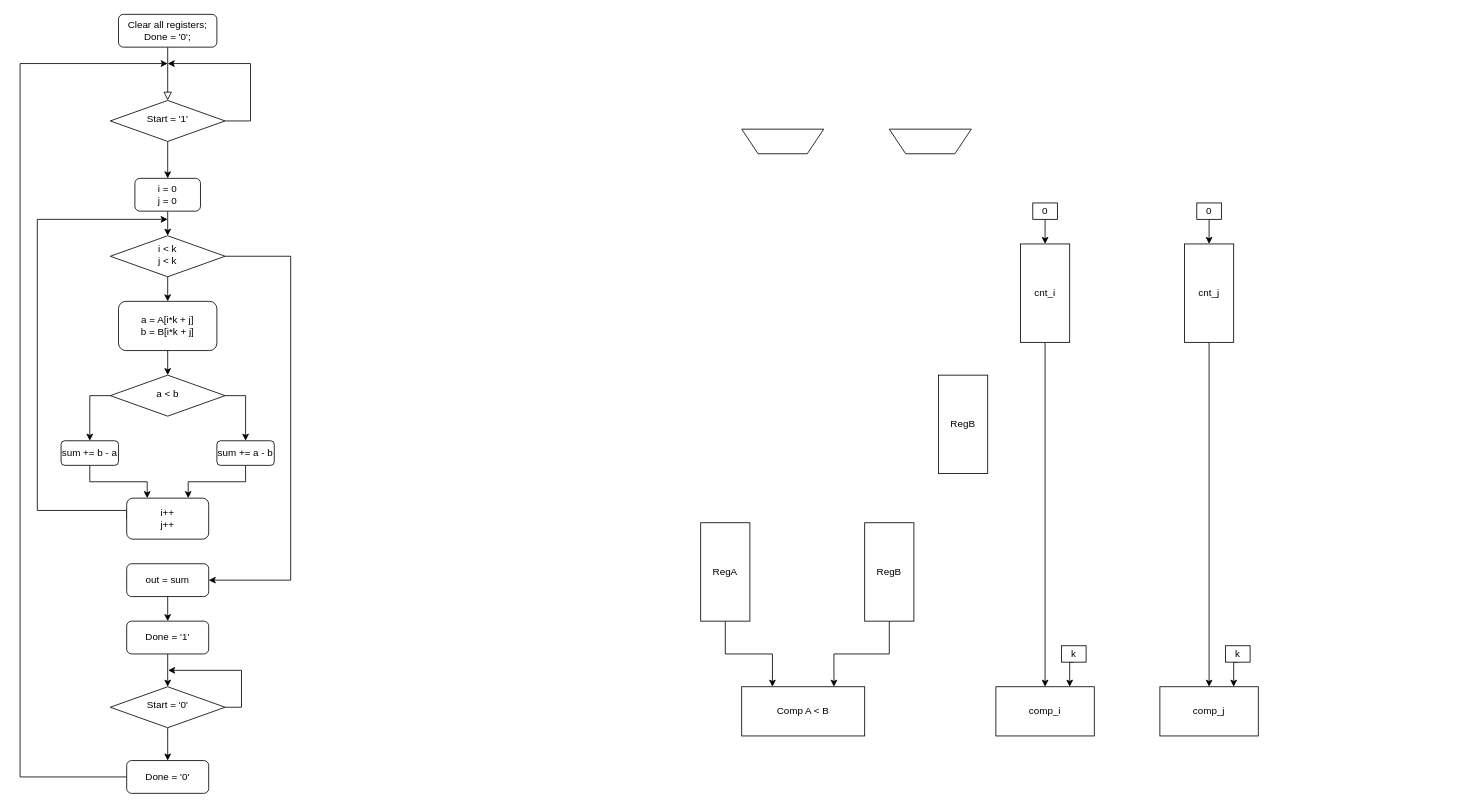
Above: Untitled Diagram.drawio in Nsphong1178/FinalProject1 (draw.io), before the change. Source tidied: cells renumbered, new cells numbered last; positions are measured from the earlier drawing's top-left corner, leaving out a move shared by most shapes. Both pictures are drawn from the tidied source at 82%, with x=0, y=0 at pixel (20, 14).
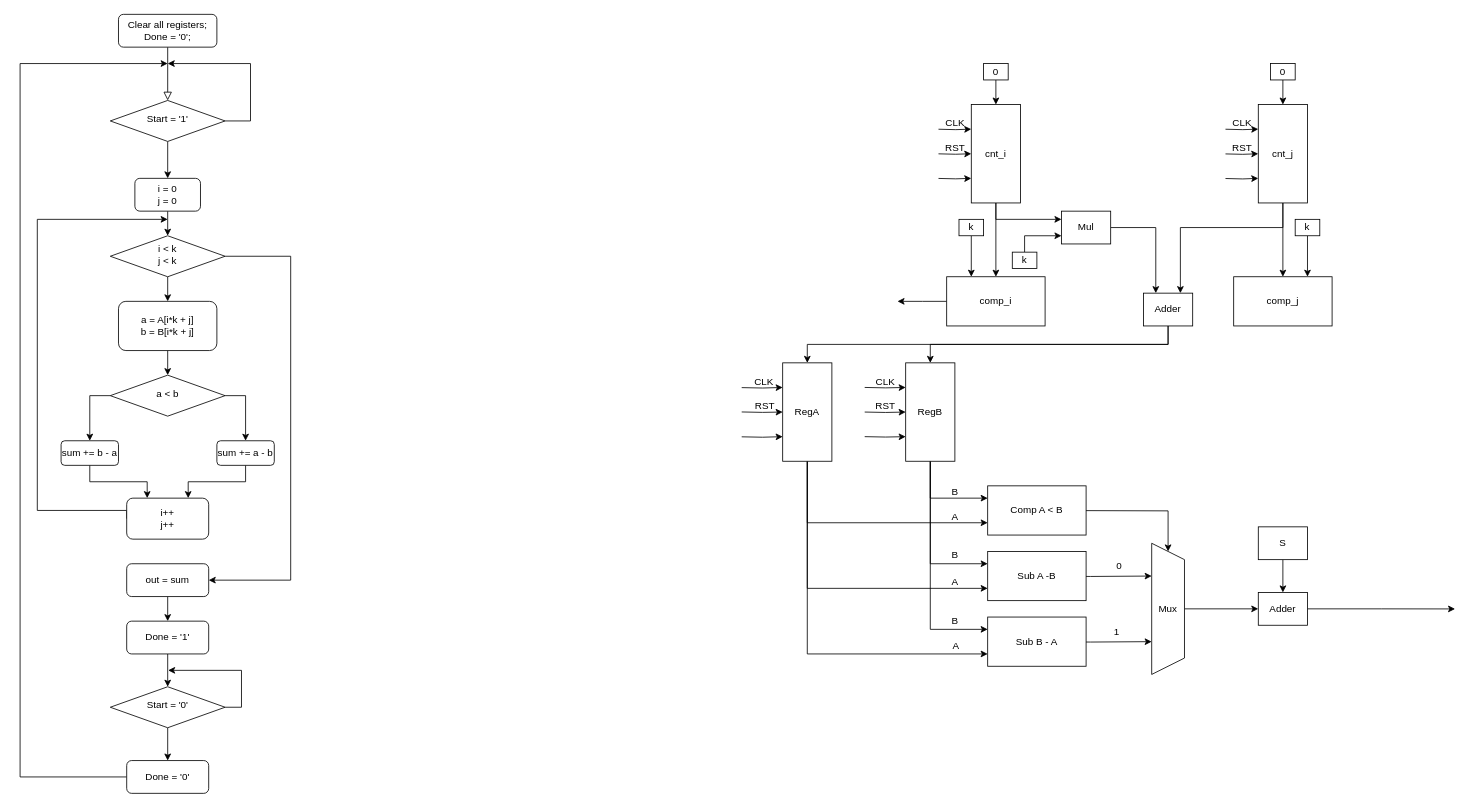
After the change.

The edit, as a diff of the source:
```diff
@@
-    <mxCell id="32" style="shape=trapezoid;perimeter=trapezoidPerimeter;whiteSpace=wrap;html=1;fixedSize=1;direction=west;" parent="1" vertex="1">
-      <mxGeometry x="880" y="140" width="100" height="30" as="geometry" />
-    </mxCell>
@@
+    <mxCell id="54" style="edgeStyle=orthogonalEdgeStyle;rounded=0;jettySize=auto;html=1;exitX=1;exitY=0.5;exitDx=0;exitDy=0;entryX=0.75;entryY=0;entryDx=0;entryDy=0;" parent="1" edge="1" source="34" target="80">
+      <mxGeometry relative="1" as="geometry">
+        <Array as="points">
+          <mxPoint x="1540" y="260" />
+          <mxPoint x="1415" y="260" />
+        </Array>
+      </mxGeometry>
+    </mxCell>
+    <mxCell id="55" style="edgeStyle=orthogonalEdgeStyle;rounded=0;jettySize=auto;html=1;exitX=0.25;exitY=1;exitDx=0;exitDy=0;entryX=0.25;entryY=1;entryDx=0;entryDy=0;" parent="1" edge="1" target="34">
+      <mxGeometry relative="1" as="geometry">
+        <mxPoint x="1470" y="140.1" as="sourcePoint" />
+      </mxGeometry>
+    </mxCell>
+    <mxCell id="56" style="edgeStyle=orthogonalEdgeStyle;rounded=0;jettySize=auto;html=1;exitX=0.5;exitY=1;exitDx=0;exitDy=0;entryX=0.5;entryY=1;entryDx=0;entryDy=0;" parent="1" edge="1" target="34">
+      <mxGeometry relative="1" as="geometry">
+        <mxPoint x="1470" y="170.2" as="sourcePoint" />
+      </mxGeometry>
+    </mxCell>
+    <mxCell id="57" style="edgeStyle=orthogonalEdgeStyle;rounded=0;jettySize=auto;html=1;exitX=0.75;exitY=1;exitDx=0;exitDy=0;entryX=0.75;entryY=1;entryDx=0;entryDy=0;" parent="1" edge="1" target="34">
+      <mxGeometry relative="1" as="geometry">
+        <mxPoint x="1470" y="200.2" as="sourcePoint" />
+      </mxGeometry>
+    </mxCell>
     <mxCell id="34" value="cnt_j" style="rounded=0;whiteSpace=wrap;html=1;direction=south;" parent="1" vertex="1">
-      <mxGeometry x="1420" y="280" width="60" height="120" as="geometry" />
+      <mxGeometry x="1510" y="110" width="60" height="120" as="geometry" />
     </mxCell>
     <mxCell id="35" value="comp_j" style="rounded=0;whiteSpace=wrap;html=1;" parent="1" vertex="1">
-      <mxGeometry x="1390" y="820" width="120" height="60" as="geometry" />
+      <mxGeometry x="1480" y="320" width="120" height="60" as="geometry" />
     </mxCell>
@@
+    <mxCell id="58" style="edgeStyle=orthogonalEdgeStyle;rounded=0;jettySize=auto;html=1;exitX=1;exitY=0.5;exitDx=0;exitDy=0;entryX=0;entryY=0.25;entryDx=0;entryDy=0;" parent="1" edge="1" source="37" target="75">
+      <mxGeometry relative="1" as="geometry" />
+    </mxCell>
+    <mxCell id="59" style="edgeStyle=orthogonalEdgeStyle;rounded=0;jettySize=auto;html=1;exitX=0.25;exitY=1;exitDx=0;exitDy=0;entryX=0.25;entryY=1;entryDx=0;entryDy=0;" parent="1" edge="1" target="37">
+      <mxGeometry relative="1" as="geometry">
+        <mxPoint x="1120" y="140.1" as="sourcePoint" />
+      </mxGeometry>
+    </mxCell>
+    <mxCell id="60" style="edgeStyle=orthogonalEdgeStyle;rounded=0;jettySize=auto;html=1;exitX=0.5;exitY=1;exitDx=0;exitDy=0;entryX=0.5;entryY=1;entryDx=0;entryDy=0;" parent="1" edge="1" target="37">
+      <mxGeometry relative="1" as="geometry">
+        <mxPoint x="1120" y="170.1" as="sourcePoint" />
+      </mxGeometry>
+    </mxCell>
+    <mxCell id="61" style="edgeStyle=orthogonalEdgeStyle;rounded=0;jettySize=auto;html=1;exitX=0.75;exitY=1;exitDx=0;exitDy=0;entryX=0.75;entryY=1;entryDx=0;entryDy=0;" parent="1" edge="1" target="37">
+      <mxGeometry relative="1" as="geometry">
+        <mxPoint x="1120" y="200.1" as="sourcePoint" />
+      </mxGeometry>
+    </mxCell>
     <mxCell id="37" value="cnt_i" style="rounded=0;whiteSpace=wrap;html=1;direction=south;" parent="1" vertex="1">
-      <mxGeometry x="1220" y="280" width="60" height="120" as="geometry" />
+      <mxGeometry x="1160" y="110" width="60" height="120" as="geometry" />
     </mxCell>
+    <mxCell id="62" style="edgeStyle=orthogonalEdgeStyle;rounded=0;jettySize=auto;html=1;exitX=0;exitY=0.5;exitDx=0;exitDy=0;" parent="1" edge="1" source="38">
+      <mxGeometry relative="1" as="geometry">
+        <mxPoint x="1070" y="350" as="targetPoint" />
+      </mxGeometry>
+    </mxCell>
     <mxCell id="38" value="comp_i" style="rounded=0;whiteSpace=wrap;html=1;" parent="1" vertex="1">
-      <mxGeometry x="1190" y="820" width="120" height="60" as="geometry" />
+      <mxGeometry x="1130" y="320" width="120" height="60" as="geometry" />
     </mxCell>
-    <mxCell id="39" style="edgeStyle=orthogonalEdgeStyle;rounded=0;jettySize=auto;html=1;exitX=0.5;exitY=1;exitDx=0;exitDy=0;entryX=0.75;entryY=0;entryDx=0;entryDy=0;" parent="1" edge="1" source="40" target="38">
+    <mxCell id="39" style="edgeStyle=orthogonalEdgeStyle;rounded=0;jettySize=auto;html=1;exitX=0.5;exitY=1;exitDx=0;exitDy=0;entryX=0.25;entryY=0;entryDx=0;entryDy=0;" parent="1" edge="1" source="40" target="38">
       <mxGeometry relative="1" as="geometry" />
     </mxCell>
     <mxCell id="40" value="k" style="rounded=0;whiteSpace=wrap;html=1;" parent="1" vertex="1">
-      <mxGeometry x="1270" y="770" width="30" height="20" as="geometry" />
+      <mxGeometry x="1145" y="250" width="30" height="20" as="geometry" />
     </mxCell>
@@
     <mxCell id="42" value="k" style="rounded=0;whiteSpace=wrap;html=1;" parent="1" vertex="1">
-      <mxGeometry x="1470" y="770" width="30" height="20" as="geometry" />
+      <mxGeometry x="1555" y="250" width="30" height="20" as="geometry" />
     </mxCell>
+    <mxCell id="63" style="edgeStyle=orthogonalEdgeStyle;rounded=0;jettySize=auto;html=1;entryX=0.25;entryY=1;entryDx=0;entryDy=0;" parent="1" edge="1" target="44">
+      <mxGeometry relative="1" as="geometry">
+        <mxPoint x="1030" y="455" as="sourcePoint" />
+      </mxGeometry>
+    </mxCell>
+    <mxCell id="64" style="edgeStyle=orthogonalEdgeStyle;rounded=0;jettySize=auto;html=1;entryX=0.5;entryY=1;entryDx=0;entryDy=0;" parent="1" edge="1" target="44">
+      <mxGeometry relative="1" as="geometry">
+        <mxPoint x="1030" y="485" as="sourcePoint" />
+      </mxGeometry>
+    </mxCell>
+    <mxCell id="65" style="edgeStyle=orthogonalEdgeStyle;rounded=0;jettySize=auto;html=1;entryX=0.75;entryY=1;entryDx=0;entryDy=0;" parent="1" edge="1" target="44">
+      <mxGeometry relative="1" as="geometry">
+        <mxPoint x="1030" y="515" as="sourcePoint" />
+      </mxGeometry>
+    </mxCell>
-    <mxCell id="43" style="edgeStyle=orthogonalEdgeStyle;rounded=0;jettySize=auto;html=1;exitX=1;exitY=0.5;exitDx=0;exitDy=0;entryX=0.75;entryY=0;entryDx=0;entryDy=0;" parent="1" edge="1" source="44" target="47">
+    <mxCell id="43" style="edgeStyle=orthogonalEdgeStyle;rounded=0;jettySize=auto;html=1;exitX=1;exitY=0.5;exitDx=0;exitDy=0;entryX=0;entryY=0.25;entryDx=0;entryDy=0;" parent="1" edge="1" source="44" target="47">
       <mxGeometry relative="1" as="geometry" />
     </mxCell>
+    <mxCell id="66" style="edgeStyle=orthogonalEdgeStyle;rounded=0;jettySize=auto;html=1;exitX=1;exitY=0.5;exitDx=0;exitDy=0;entryX=0;entryY=0.25;entryDx=0;entryDy=0;" parent="1" edge="1" source="44" target="82">
+      <mxGeometry relative="1" as="geometry" />
+    </mxCell>
+    <mxCell id="67" style="edgeStyle=orthogonalEdgeStyle;rounded=0;jettySize=auto;html=1;exitX=1;exitY=0.5;exitDx=0;exitDy=0;entryX=0;entryY=0.25;entryDx=0;entryDy=0;" parent="1" edge="1" source="44" target="84">
+      <mxGeometry relative="1" as="geometry" />
+    </mxCell>
     <mxCell id="44" value="RegB" style="rounded=0;whiteSpace=wrap;html=1;direction=south;" parent="1" vertex="1">
-      <mxGeometry x="1030" y="620" width="60" height="120" as="geometry" />
+      <mxGeometry x="1080" y="425" width="60" height="120" as="geometry" />
     </mxCell>
+    <mxCell id="68" style="edgeStyle=orthogonalEdgeStyle;rounded=0;jettySize=auto;html=1;exitX=0.75;exitY=1;exitDx=0;exitDy=0;entryX=0.75;entryY=1;entryDx=0;entryDy=0;" parent="1" edge="1" target="46">
+      <mxGeometry relative="1" as="geometry">
+        <mxPoint x="880" y="515.2" as="sourcePoint" />
+      </mxGeometry>
+    </mxCell>
+    <mxCell id="69" style="edgeStyle=orthogonalEdgeStyle;rounded=0;jettySize=auto;html=1;exitX=0.5;exitY=1;exitDx=0;exitDy=0;entryX=0.5;entryY=1;entryDx=0;entryDy=0;" parent="1" edge="1" target="46">
+      <mxGeometry relative="1" as="geometry">
+        <mxPoint x="880" y="484.9" as="sourcePoint" />
+      </mxGeometry>
+    </mxCell>
+    <mxCell id="70" style="edgeStyle=orthogonalEdgeStyle;rounded=0;jettySize=auto;html=1;exitX=0.25;exitY=1;exitDx=0;exitDy=0;entryX=0.25;entryY=1;entryDx=0;entryDy=0;" parent="1" edge="1" target="46">
+      <mxGeometry relative="1" as="geometry">
+        <mxPoint x="880" y="455.2" as="sourcePoint" />
+      </mxGeometry>
+    </mxCell>
-    <mxCell id="45" style="edgeStyle=orthogonalEdgeStyle;rounded=0;jettySize=auto;html=1;exitX=1;exitY=0.5;exitDx=0;exitDy=0;entryX=0.25;entryY=0;entryDx=0;entryDy=0;" parent="1" edge="1" source="46" target="47">
+    <mxCell id="45" style="edgeStyle=orthogonalEdgeStyle;rounded=0;jettySize=auto;html=1;exitX=1;exitY=0.5;exitDx=0;exitDy=0;entryX=0;entryY=0.75;entryDx=0;entryDy=0;" parent="1" edge="1" source="46" target="47">
       <mxGeometry relative="1" as="geometry" />
     </mxCell>
+    <mxCell id="71" style="edgeStyle=orthogonalEdgeStyle;rounded=0;jettySize=auto;html=1;exitX=1;exitY=0.5;exitDx=0;exitDy=0;entryX=0;entryY=0.75;entryDx=0;entryDy=0;" parent="1" edge="1" source="46" target="82">
+      <mxGeometry relative="1" as="geometry" />
+    </mxCell>
+    <mxCell id="72" style="edgeStyle=orthogonalEdgeStyle;rounded=0;jettySize=auto;html=1;exitX=1;exitY=0.5;exitDx=0;exitDy=0;entryX=0;entryY=0.75;entryDx=0;entryDy=0;" parent="1" edge="1" source="46" target="84">
+      <mxGeometry relative="1" as="geometry" />
+    </mxCell>
     <mxCell id="46" value="RegA" style="rounded=0;whiteSpace=wrap;html=1;direction=south;" parent="1" vertex="1">
-      <mxGeometry x="830" y="620" width="60" height="120" as="geometry" />
+      <mxGeometry x="930" y="425" width="60" height="120" as="geometry" />
     </mxCell>
+    <mxCell id="73" style="edgeStyle=orthogonalEdgeStyle;rounded=0;jettySize=auto;html=1;exitX=1;exitY=0.5;exitDx=0;exitDy=0;entryX=0;entryY=0.5;entryDx=0;entryDy=0;" parent="1" edge="1" target="86">
+      <mxGeometry relative="1" as="geometry">
+        <mxPoint x="1230" y="605" as="sourcePoint" />
+      </mxGeometry>
+    </mxCell>
     <mxCell id="47" value="Comp A &amp;lt; B" style="rounded=0;whiteSpace=wrap;html=1;" parent="1" vertex="1">
-      <mxGeometry x="880" y="820" width="150" height="60" as="geometry" />
+      <mxGeometry x="1180" y="575" width="120" height="60" as="geometry" />
     </mxCell>
-    <mxCell id="48" style="shape=trapezoid;perimeter=trapezoidPerimeter;whiteSpace=wrap;html=1;fixedSize=1;direction=west;" parent="1" vertex="1">
-      <mxGeometry x="1060" y="140" width="100" height="30" as="geometry" />
-    </mxCell>
@@
     <mxCell id="50" value="0" style="rounded=0;whiteSpace=wrap;html=1;" parent="1" vertex="1">
-      <mxGeometry x="1235" y="230" width="30" height="20" as="geometry" />
+      <mxGeometry x="1175" y="60" width="30" height="20" as="geometry" />
     </mxCell>
@@
     <mxCell id="52" value="0" style="rounded=0;whiteSpace=wrap;html=1;" parent="1" vertex="1">
-      <mxGeometry x="1435" y="230" width="30" height="20" as="geometry" />
+      <mxGeometry x="1525" y="60" width="30" height="20" as="geometry" />
     </mxCell>
-    <mxCell id="53" value="RegB" style="rounded=0;whiteSpace=wrap;html=1;direction=south;" parent="1" vertex="1">
-      <mxGeometry x="1120" y="440" width="60" height="120" as="geometry" />
-    </mxCell>
+    <mxCell id="74" style="edgeStyle=orthogonalEdgeStyle;rounded=0;jettySize=auto;html=1;exitX=1;exitY=0.5;exitDx=0;exitDy=0;entryX=0.25;entryY=0;entryDx=0;entryDy=0;" parent="1" edge="1" source="75" target="80">
+      <mxGeometry relative="1" as="geometry" />
+    </mxCell>
+    <mxCell id="75" value="Mul" style="rounded=0;whiteSpace=wrap;html=1;" parent="1" vertex="1">
+      <mxGeometry x="1270" y="240" width="60" height="40" as="geometry" />
+    </mxCell>
+    <mxCell id="76" style="edgeStyle=orthogonalEdgeStyle;rounded=0;jettySize=auto;html=1;exitX=0.5;exitY=0;exitDx=0;exitDy=0;entryX=0;entryY=0.75;entryDx=0;entryDy=0;" parent="1" edge="1" source="77" target="75">
+      <mxGeometry relative="1" as="geometry" />
+    </mxCell>
+    <mxCell id="77" value="k" style="rounded=0;whiteSpace=wrap;html=1;" parent="1" vertex="1">
+      <mxGeometry x="1210" y="290" width="30" height="20" as="geometry" />
+    </mxCell>
+    <mxCell id="78" style="edgeStyle=orthogonalEdgeStyle;rounded=0;jettySize=auto;html=1;exitX=0.5;exitY=1;exitDx=0;exitDy=0;entryX=0;entryY=0.5;entryDx=0;entryDy=0;" parent="1" edge="1" source="80" target="44">
+      <mxGeometry relative="1" as="geometry" />
+    </mxCell>
+    <mxCell id="79" style="edgeStyle=orthogonalEdgeStyle;rounded=0;jettySize=auto;html=1;exitX=0.5;exitY=1;exitDx=0;exitDy=0;" parent="1" edge="1" source="80" target="46">
+      <mxGeometry relative="1" as="geometry" />
+    </mxCell>
+    <mxCell id="80" value="Adder" style="rounded=0;whiteSpace=wrap;html=1;" parent="1" vertex="1">
+      <mxGeometry x="1370" y="340" width="60" height="40" as="geometry" />
+    </mxCell>
+    <mxCell id="81" style="edgeStyle=orthogonalEdgeStyle;rounded=0;jettySize=auto;html=1;exitX=1;exitY=0.5;exitDx=0;exitDy=0;entryX=0.25;entryY=1;entryDx=0;entryDy=0;" parent="1" edge="1" target="86">
+      <mxGeometry relative="1" as="geometry">
+        <mxPoint x="1230" y="685" as="sourcePoint" />
+      </mxGeometry>
+    </mxCell>
+    <mxCell id="82" value="Sub A -B" style="rounded=0;whiteSpace=wrap;html=1;" parent="1" vertex="1">
+      <mxGeometry x="1180" y="655" width="120" height="60" as="geometry" />
+    </mxCell>
+    <mxCell id="83" style="edgeStyle=orthogonalEdgeStyle;rounded=0;jettySize=auto;html=1;exitX=1;exitY=0.5;exitDx=0;exitDy=0;entryX=0.75;entryY=1;entryDx=0;entryDy=0;" parent="1" edge="1" target="86">
+      <mxGeometry relative="1" as="geometry">
+        <mxPoint x="1230" y="765" as="sourcePoint" />
+      </mxGeometry>
+    </mxCell>
+    <mxCell id="84" value="Sub B - A" style="rounded=0;whiteSpace=wrap;html=1;" parent="1" vertex="1">
+      <mxGeometry x="1180" y="735" width="120" height="60" as="geometry" />
+    </mxCell>
+    <mxCell id="85" style="edgeStyle=orthogonalEdgeStyle;rounded=0;jettySize=auto;html=1;exitX=0.5;exitY=0;exitDx=0;exitDy=0;entryX=0;entryY=0.5;entryDx=0;entryDy=0;" parent="1" edge="1" source="86" target="88">
+      <mxGeometry relative="1" as="geometry" />
+    </mxCell>
+    <mxCell id="86" value="Mux" style="shape=trapezoid;perimeter=trapezoidPerimeter;whiteSpace=wrap;html=1;fixedSize=1;direction=south;" parent="1" vertex="1">
+      <mxGeometry x="1380" y="645" width="40" height="160" as="geometry" />
+    </mxCell>
+    <mxCell id="87" style="edgeStyle=orthogonalEdgeStyle;rounded=0;jettySize=auto;html=1;exitX=1;exitY=0.5;exitDx=0;exitDy=0;" parent="1" edge="1" source="88">
+      <mxGeometry relative="1" as="geometry">
+        <mxPoint x="1750" y="725.1" as="targetPoint" />
+      </mxGeometry>
+    </mxCell>
+    <mxCell id="88" value="Adder" style="rounded=0;whiteSpace=wrap;html=1;" parent="1" vertex="1">
+      <mxGeometry x="1510" y="705" width="60" height="40" as="geometry" />
+    </mxCell>
+    <mxCell id="89" style="edgeStyle=orthogonalEdgeStyle;rounded=0;jettySize=auto;html=1;exitX=0.5;exitY=1;exitDx=0;exitDy=0;entryX=0.5;entryY=0;entryDx=0;entryDy=0;" parent="1" edge="1" source="90" target="88">
+      <mxGeometry relative="1" as="geometry" />
+    </mxCell>
+    <mxCell id="90" value="S" style="rounded=0;whiteSpace=wrap;html=1;" parent="1" vertex="1">
+      <mxGeometry x="1510" y="625" width="60" height="40" as="geometry" />
+    </mxCell>
+    <mxCell id="91" value="CLK" style="text;html=1;align=center;verticalAlign=middle;strokeColor=none;fillColor=none;" parent="1" vertex="1">
+      <mxGeometry x="1115" y="118" width="50" height="30" as="geometry" />
+    </mxCell>
+    <mxCell id="92" value="RST" style="text;html=1;align=center;verticalAlign=middle;strokeColor=none;fillColor=none;" parent="1" vertex="1">
+      <mxGeometry x="1115" y="148" width="50" height="30" as="geometry" />
+    </mxCell>
+    <mxCell id="93" value="CLK" style="text;html=1;align=center;verticalAlign=middle;strokeColor=none;fillColor=none;" parent="1" vertex="1">
+      <mxGeometry x="1465" y="118" width="50" height="30" as="geometry" />
+    </mxCell>
+    <mxCell id="94" value="RST" style="text;html=1;align=center;verticalAlign=middle;strokeColor=none;fillColor=none;" parent="1" vertex="1">
+      <mxGeometry x="1465" y="148" width="50" height="30" as="geometry" />
+    </mxCell>
+    <mxCell id="95" value="CLK" style="text;html=1;align=center;verticalAlign=middle;strokeColor=none;fillColor=none;" parent="1" vertex="1">
+      <mxGeometry x="882" y="433" width="50" height="30" as="geometry" />
+    </mxCell>
+    <mxCell id="96" value="RST" style="text;html=1;align=center;verticalAlign=middle;strokeColor=none;fillColor=none;" parent="1" vertex="1">
+      <mxGeometry x="883" y="463" width="50" height="30" as="geometry" />
+    </mxCell>
+    <mxCell id="97" value="CLK" style="text;html=1;align=center;verticalAlign=middle;strokeColor=none;fillColor=none;" parent="1" vertex="1">
+      <mxGeometry x="1030" y="433" width="50" height="30" as="geometry" />
+    </mxCell>
+    <mxCell id="98" value="RST" style="text;html=1;align=center;verticalAlign=middle;strokeColor=none;fillColor=none;" parent="1" vertex="1">
+      <mxGeometry x="1030" y="463" width="50" height="30" as="geometry" />
+    </mxCell>
+    <mxCell id="99" value="0" style="text;html=1;align=center;verticalAlign=middle;strokeColor=none;fillColor=none;" parent="1" vertex="1">
+      <mxGeometry x="1325" y="658" width="30" height="30" as="geometry" />
+    </mxCell>
+    <mxCell id="100" value="1" style="text;html=1;align=center;verticalAlign=middle;strokeColor=none;fillColor=none;" parent="1" vertex="1">
+      <mxGeometry x="1322" y="738" width="30" height="30" as="geometry" />
+    </mxCell>
+    <mxCell id="101" value="B" style="text;html=1;align=center;verticalAlign=middle;strokeColor=none;fillColor=none;" parent="1" vertex="1">
+      <mxGeometry x="1125" y="568" width="30" height="30" as="geometry" />
+    </mxCell>
+    <mxCell id="102" value="A" style="text;html=1;align=center;verticalAlign=middle;strokeColor=none;fillColor=none;" parent="1" vertex="1">
+      <mxGeometry x="1125" y="598" width="30" height="30" as="geometry" />
+    </mxCell>
+    <mxCell id="103" value="B" style="text;html=1;align=center;verticalAlign=middle;strokeColor=none;fillColor=none;" parent="1" vertex="1">
+      <mxGeometry x="1125" y="645" width="30" height="30" as="geometry" />
+    </mxCell>
+    <mxCell id="104" value="A" style="text;html=1;align=center;verticalAlign=middle;strokeColor=none;fillColor=none;" parent="1" vertex="1">
+      <mxGeometry x="1125" y="677" width="30" height="30" as="geometry" />
+    </mxCell>
+    <mxCell id="105" value="B" style="text;html=1;align=center;verticalAlign=middle;strokeColor=none;fillColor=none;" parent="1" vertex="1">
+      <mxGeometry x="1125" y="725" width="30" height="30" as="geometry" />
+    </mxCell>
+    <mxCell id="106" value="A" style="text;html=1;align=center;verticalAlign=middle;strokeColor=none;fillColor=none;" parent="1" vertex="1">
+      <mxGeometry x="1126" y="756" width="30" height="30" as="geometry" />
+    </mxCell>
```
